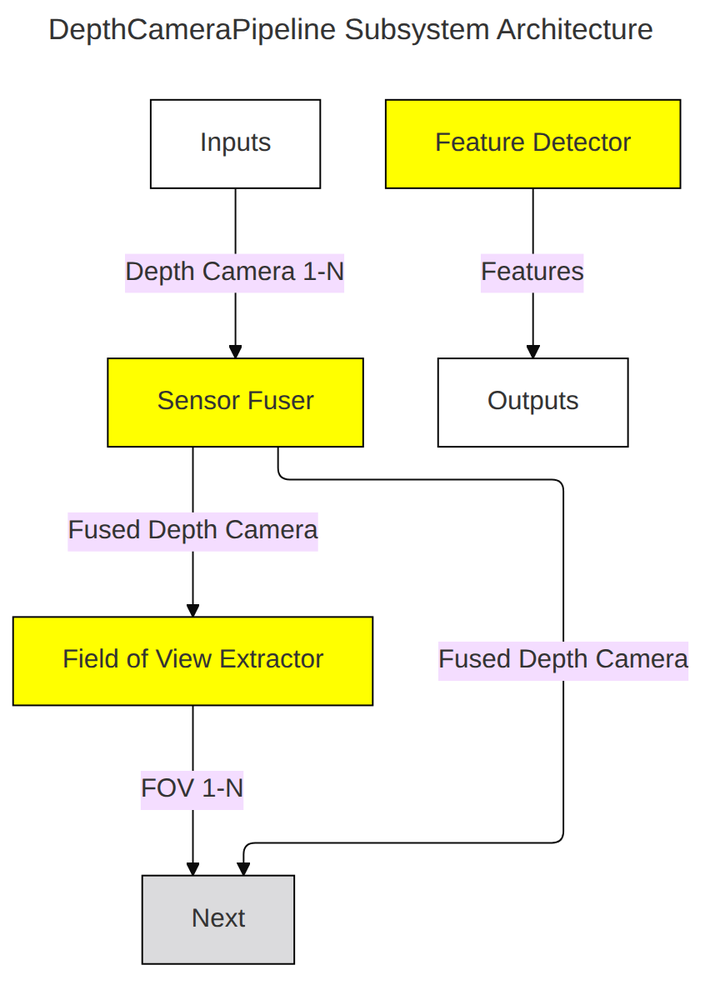
The Mermaid diagram Systems/Perception/Subsystems/DepthCameraPipeline/doc/mermaid/DepthCameraPipelineSubsystemArchitecture.png in fastrobotics/robot_framework, before a commit. Its source is kept beside it as Systems/Perception/Subsystems/DepthCameraPipeline/doc/mermaid/DepthCameraPipelineSubsystemArchitecture.mmd. Source of this version:
```mermaid
---
# @compare_tag Subsystem-MermaidArchitecture v0.1
config:
  layout: elk
  theme: base
  themeCSS: |
    .node rect { fill: rgba(30, 30, 46, 0.16) !important; stroke: #000000 !important; }
    .label { fill: #000000 !important; }

    .cssBoundary rect { fill: #ffffff !important; stroke: #000000 !important; }
    .cssBoundary .label { fill: #000000 !important; }

    .cssInvestigating rect { fill: #ffff00 !important; stroke: #000000 !important; }
    .cssInvestigating .label { fill: #000000 !important; }

    .cssDeveloping rect { fill: #ffab00 !important; stroke: #000000 !important; }
    .cssDeveloping .label { fill: #000000 !important; }

    .cssTrivialComplete rect { fill: #ffc0cb !important; stroke: #000000 !important; }
    .cssTrivialComplete .label { fill: #000000 !important; }

    .cssMinimalComplete rect { fill: #00ff00 !important; stroke: #000000 !important; }
    .cssMinimalComplete .label { fill: #000000 !important; }

    .cssFullyComplete rect { fill: #00ffff !important; stroke: #000000 !important; }
    .cssFullyComplete .label { fill: #000000 !important; }

    .cssSkipped rect { fill: #ff0000 !important; stroke: #000000 !important; }
    .cssSkipped .label { fill: #000000 !important; }

title: DepthCameraPipeline Subsystem Architecture
---
flowchart TD
    Inputs
    Outputs
    SensorFuser[Sensor Fuser]
    FOVExtractor[Field of View Extractor]
    Next

    FeatureDetector[Feature Detector]
    Inputs --> | Depth Camera 1-N| SensorFuser

    SensorFuser --> | Fused Depth Camera | FOVExtractor
    FOVExtractor --> | FOV 1-N| Next
    SensorFuser --> | Fused Depth Camera | Next

    FeatureDetector --> | Features | Outputs

    class Inputs,Outputs cssBoundary
    class SensorFuser,FOVExtractor,FeatureDetector cssInvestigating
```
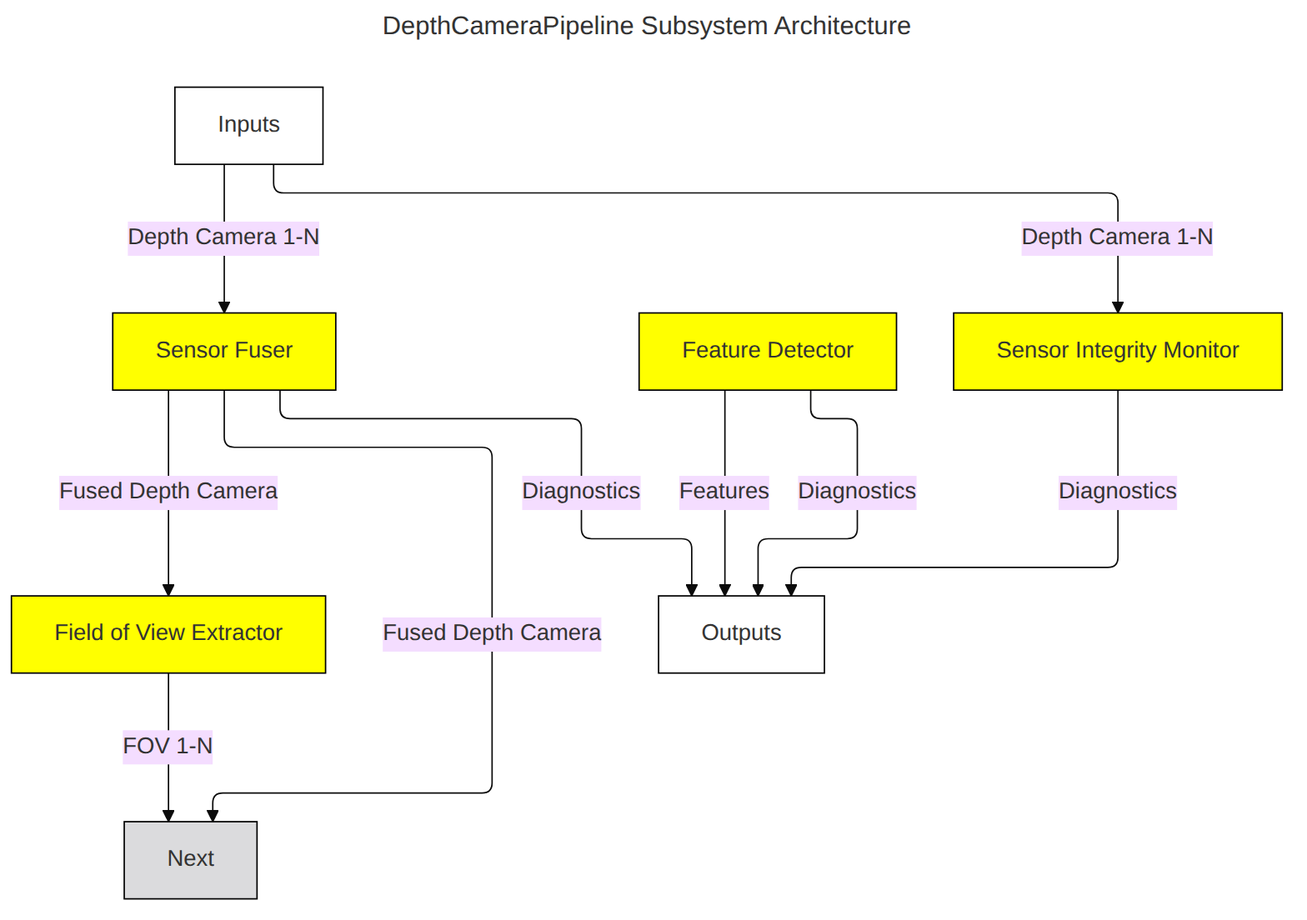
The same file after the commit.

Diff of the diagram source:
```diff
@@ -32,6 +32,7 @@
 ---
 flowchart TD
     Inputs
+    SensorIntegrityMonitor[Sensor Integrity Monitor]
     Outputs
     SensorFuser[Sensor Fuser]
     FOVExtractor[Field of View Extractor]
@@ -39,12 +40,16 @@
 
     FeatureDetector[Feature Detector]
     Inputs --> | Depth Camera 1-N| SensorFuser
+    Inputs --> | Depth Camera 1-N| SensorIntegrityMonitor
 
     SensorFuser --> | Fused Depth Camera | FOVExtractor
     FOVExtractor --> | FOV 1-N| Next
     SensorFuser --> | Fused Depth Camera | Next
 
+    SensorFuser --> | Diagnostics | Outputs
+    SensorIntegrityMonitor --> | Diagnostics | Outputs
     FeatureDetector --> | Features | Outputs
+    FeatureDetector --> | Diagnostics | Outputs
 
     class Inputs,Outputs cssBoundary
-    class SensorFuser,FOVExtractor,FeatureDetector cssInvestigating
+    class SensorIntegrityMonitor,SensorFuser,FOVExtractor,FeatureDetector cssInvestigating
```
